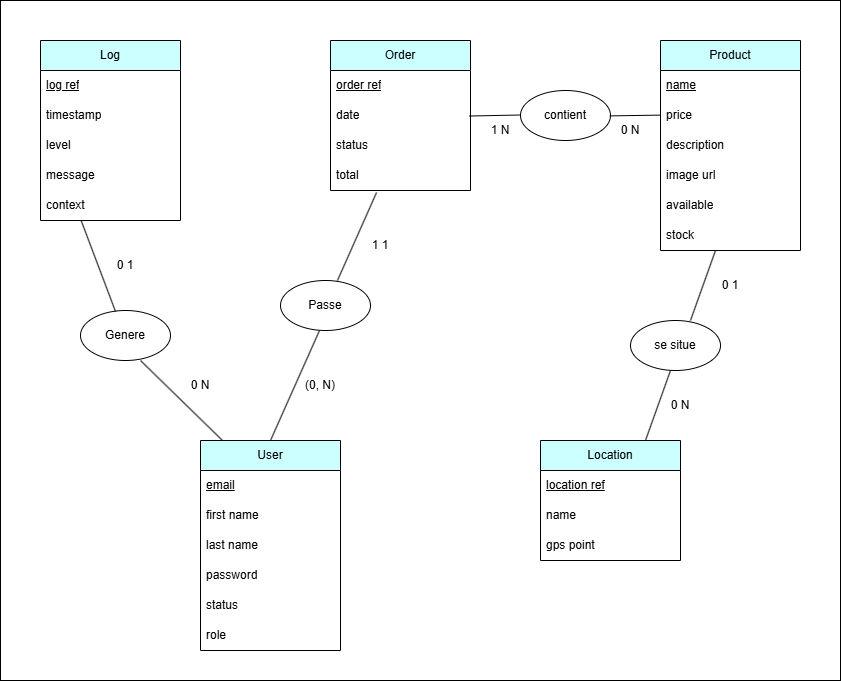
Before: documents/Apothéose/merise/mcd/MCD_GreenRoots.drawio.png, a diagram exported from draw.io (Salyarket/GreenRoots-Conception). Source tidied: cells renumbered, new cells last; positions are measured from the earlier drawing's top-left corner, leaving out a move shared by most shapes.
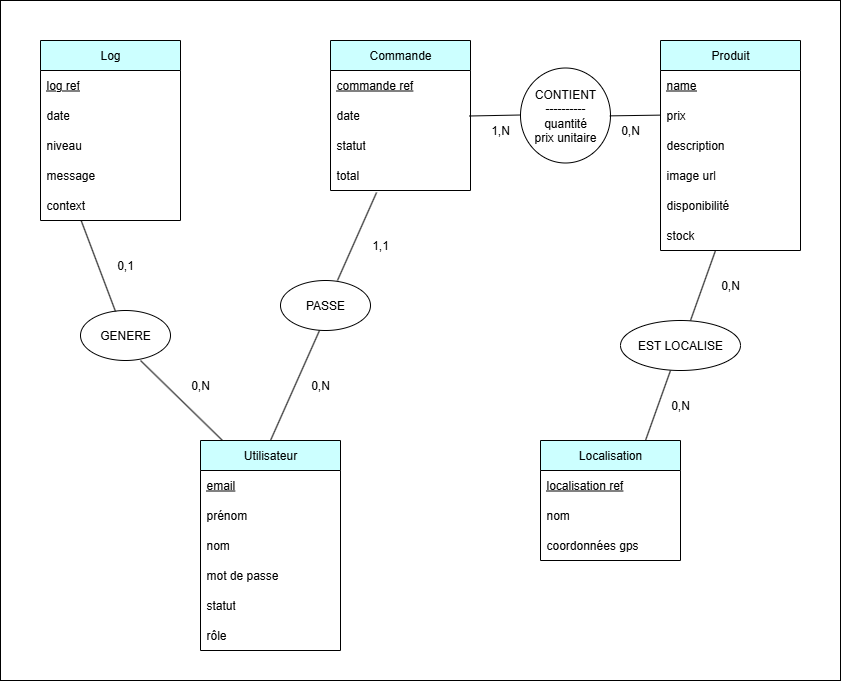
Above is the later version.

What changed in the source:
```diff
@@ -5,34 +5,34 @@
     <mxCell id="2" style="rounded=0;whiteSpace=wrap;html=1;" parent="1" vertex="1">
       <mxGeometry width="840" height="680" as="geometry" />
     </mxCell>
-    <mxCell id="3" value="User" style="swimlane;fontStyle=0;horizontal=1;startSize=30;whiteSpace=wrap;html=1;fillColor=#CCFFFF;" parent="1" vertex="1">
+    <mxCell id="3" value="Utilisateur" style="swimlane;fontStyle=0;horizontal=1;startSize=30;whiteSpace=wrap;html=1;fillColor=#CCFFFF;" parent="1" vertex="1">
       <mxGeometry x="200" y="440" width="140" height="210" as="geometry" />
     </mxCell>
     <mxCell id="4" value="&lt;u&gt;email&lt;/u&gt;" style="text;strokeColor=none;fillColor=none;align=left;verticalAlign=middle;spacingLeft=4;spacingRight=4;overflow=hidden;whiteSpace=wrap;html=1;" parent="3" vertex="1">
       <mxGeometry y="30" width="140" height="30" as="geometry" />
     </mxCell>
-    <mxCell id="5" value="first name" style="text;strokeColor=none;fillColor=none;align=left;verticalAlign=middle;spacingLeft=4;spacingRight=4;overflow=hidden;whiteSpace=wrap;html=1;" parent="3" vertex="1">
+    <mxCell id="5" value="prénom" style="text;strokeColor=none;fillColor=none;align=left;verticalAlign=middle;spacingLeft=4;spacingRight=4;overflow=hidden;whiteSpace=wrap;html=1;" parent="3" vertex="1">
       <mxGeometry y="60" width="140" height="30" as="geometry" />
     </mxCell>
-    <mxCell id="6" value="last name" style="text;strokeColor=none;fillColor=none;align=left;verticalAlign=middle;spacingLeft=4;spacingRight=4;overflow=hidden;whiteSpace=wrap;html=1;" parent="3" vertex="1">
+    <mxCell id="6" value="nom" style="text;strokeColor=none;fillColor=none;align=left;verticalAlign=middle;spacingLeft=4;spacingRight=4;overflow=hidden;whiteSpace=wrap;html=1;" parent="3" vertex="1">
       <mxGeometry y="90" width="140" height="30" as="geometry" />
     </mxCell>
-    <mxCell id="7" value="password" style="text;strokeColor=none;fillColor=none;align=left;verticalAlign=middle;spacingLeft=4;spacingRight=4;overflow=hidden;whiteSpace=wrap;html=1;" parent="3" vertex="1">
+    <mxCell id="7" value="mot de passe" style="text;strokeColor=none;fillColor=none;align=left;verticalAlign=middle;spacingLeft=4;spacingRight=4;overflow=hidden;whiteSpace=wrap;html=1;" parent="3" vertex="1">
       <mxGeometry y="120" width="140" height="30" as="geometry" />
     </mxCell>
-    <mxCell id="8" value="status" style="text;strokeColor=none;fillColor=none;align=left;verticalAlign=middle;spacingLeft=4;spacingRight=4;overflow=hidden;whiteSpace=wrap;html=1;" parent="3" vertex="1">
+    <mxCell id="8" value="statut" style="text;strokeColor=none;fillColor=none;align=left;verticalAlign=middle;spacingLeft=4;spacingRight=4;overflow=hidden;whiteSpace=wrap;html=1;" parent="3" vertex="1">
       <mxGeometry y="150" width="140" height="30" as="geometry" />
     </mxCell>
-    <mxCell id="9" value="role" style="text;strokeColor=none;fillColor=none;align=left;verticalAlign=middle;spacingLeft=4;spacingRight=4;overflow=hidden;whiteSpace=wrap;html=1;" parent="3" vertex="1">
+    <mxCell id="9" value="rôle" style="text;strokeColor=none;fillColor=none;align=left;verticalAlign=middle;spacingLeft=4;spacingRight=4;overflow=hidden;whiteSpace=wrap;html=1;" parent="3" vertex="1">
       <mxGeometry y="180" width="140" height="30" as="geometry" />
     </mxCell>
-    <mxCell id="10" value="Product" style="swimlane;fontStyle=0;horizontal=1;startSize=30;whiteSpace=wrap;html=1;fillColor=#CCFFFF;" parent="1" vertex="1">
+    <mxCell id="10" value="Produit" style="swimlane;fontStyle=0;horizontal=1;startSize=30;whiteSpace=wrap;html=1;fillColor=#CCFFFF;" parent="1" vertex="1">
       <mxGeometry x="660" y="40" width="140" height="210" as="geometry" />
     </mxCell>
     <mxCell id="11" value="&lt;u&gt;name&lt;/u&gt;" style="text;strokeColor=none;fillColor=none;align=left;verticalAlign=middle;spacingLeft=4;spacingRight=4;overflow=hidden;whiteSpace=wrap;html=1;" parent="10" vertex="1">
       <mxGeometry y="30" width="140" height="30" as="geometry" />
     </mxCell>
-    <mxCell id="12" value="price" style="text;strokeColor=none;fillColor=none;align=left;verticalAlign=middle;spacingLeft=4;spacingRight=4;overflow=hidden;whiteSpace=wrap;html=1;" parent="10" vertex="1">
+    <mxCell id="12" value="prix" style="text;strokeColor=none;fillColor=none;align=left;verticalAlign=middle;spacingLeft=4;spacingRight=4;overflow=hidden;whiteSpace=wrap;html=1;" parent="10" vertex="1">
       <mxGeometry y="60" width="140" height="30" as="geometry" />
     </mxCell>
     <mxCell id="13" value="description" style="text;strokeColor=none;fillColor=none;align=left;verticalAlign=middle;spacingLeft=4;spacingRight=4;overflow=hidden;whiteSpace=wrap;html=1;" parent="10" vertex="1">
@@ -41,34 +41,34 @@
     <mxCell id="14" value="image url" style="text;strokeColor=none;fillColor=none;align=left;verticalAlign=middle;spacingLeft=4;spacingRight=4;overflow=hidden;whiteSpace=wrap;html=1;" parent="10" vertex="1">
       <mxGeometry y="120" width="140" height="30" as="geometry" />
     </mxCell>
-    <mxCell id="15" value="available" style="text;strokeColor=none;fillColor=none;align=left;verticalAlign=middle;spacingLeft=4;spacingRight=4;overflow=hidden;whiteSpace=wrap;html=1;" parent="10" vertex="1">
+    <mxCell id="15" value="disponibilité" style="text;strokeColor=none;fillColor=none;align=left;verticalAlign=middle;spacingLeft=4;spacingRight=4;overflow=hidden;whiteSpace=wrap;html=1;" parent="10" vertex="1">
       <mxGeometry y="150" width="140" height="30" as="geometry" />
     </mxCell>
     <mxCell id="16" value="stock" style="text;strokeColor=none;fillColor=none;align=left;verticalAlign=middle;spacingLeft=4;spacingRight=4;overflow=hidden;whiteSpace=wrap;html=1;" parent="10" vertex="1">
       <mxGeometry y="180" width="140" height="30" as="geometry" />
     </mxCell>
-    <mxCell id="17" value="Location" style="swimlane;fontStyle=0;horizontal=1;startSize=30;whiteSpace=wrap;html=1;fillColor=#CCFFFF;" parent="1" vertex="1">
+    <mxCell id="17" value="Localisation" style="swimlane;fontStyle=0;horizontal=1;startSize=30;whiteSpace=wrap;html=1;fillColor=#CCFFFF;" parent="1" vertex="1">
       <mxGeometry x="540" y="440" width="140" height="120" as="geometry" />
     </mxCell>
-    <mxCell id="18" value="&lt;u&gt;location ref&lt;/u&gt;" style="text;strokeColor=none;fillColor=none;align=left;verticalAlign=middle;spacingLeft=4;spacingRight=4;overflow=hidden;whiteSpace=wrap;html=1;" parent="17" vertex="1">
+    <mxCell id="18" value="&lt;u&gt;localisation ref&lt;/u&gt;" style="text;strokeColor=none;fillColor=none;align=left;verticalAlign=middle;spacingLeft=4;spacingRight=4;overflow=hidden;whiteSpace=wrap;html=1;" parent="17" vertex="1">
       <mxGeometry y="30" width="140" height="30" as="geometry" />
     </mxCell>
-    <mxCell id="19" value="name" style="text;strokeColor=none;fillColor=none;align=left;verticalAlign=middle;spacingLeft=4;spacingRight=4;overflow=hidden;whiteSpace=wrap;html=1;" parent="17" vertex="1">
+    <mxCell id="19" value="nom" style="text;strokeColor=none;fillColor=none;align=left;verticalAlign=middle;spacingLeft=4;spacingRight=4;overflow=hidden;whiteSpace=wrap;html=1;" parent="17" vertex="1">
       <mxGeometry y="60" width="140" height="30" as="geometry" />
     </mxCell>
-    <mxCell id="20" value="gps point" style="text;strokeColor=none;fillColor=none;align=left;verticalAlign=middle;spacingLeft=4;spacingRight=4;overflow=hidden;whiteSpace=wrap;html=1;" parent="17" vertex="1">
+    <mxCell id="20" value="coordonnées gps" style="text;strokeColor=none;fillColor=none;align=left;verticalAlign=middle;spacingLeft=4;spacingRight=4;overflow=hidden;whiteSpace=wrap;html=1;" parent="17" vertex="1">
       <mxGeometry y="90" width="140" height="30" as="geometry" />
     </mxCell>
-    <mxCell id="21" value="Order" style="swimlane;fontStyle=0;horizontal=1;startSize=30;whiteSpace=wrap;html=1;fillColor=#CCFFFF;" parent="1" vertex="1">
+    <mxCell id="21" value="Commande" style="swimlane;fontStyle=0;horizontal=1;startSize=30;whiteSpace=wrap;html=1;fillColor=#CCFFFF;" parent="1" vertex="1">
       <mxGeometry x="330" y="40" width="140" height="150" as="geometry" />
     </mxCell>
-    <mxCell id="22" value="&lt;u&gt;order ref&lt;/u&gt;" style="text;strokeColor=none;fillColor=none;align=left;verticalAlign=middle;spacingLeft=4;spacingRight=4;overflow=hidden;whiteSpace=wrap;html=1;" parent="21" vertex="1">
+    <mxCell id="22" value="&lt;u&gt;commande ref&lt;/u&gt;" style="text;strokeColor=none;fillColor=none;align=left;verticalAlign=middle;spacingLeft=4;spacingRight=4;overflow=hidden;whiteSpace=wrap;html=1;" parent="21" vertex="1">
       <mxGeometry y="30" width="140" height="30" as="geometry" />
     </mxCell>
     <mxCell id="23" value="date" style="text;strokeColor=none;fillColor=none;align=left;verticalAlign=middle;spacingLeft=4;spacingRight=4;overflow=hidden;whiteSpace=wrap;html=1;" parent="21" vertex="1">
       <mxGeometry y="60" width="140" height="30" as="geometry" />
     </mxCell>
-    <mxCell id="24" value="status" style="text;strokeColor=none;fillColor=none;align=left;verticalAlign=middle;spacingLeft=4;spacingRight=4;overflow=hidden;whiteSpace=wrap;html=1;" parent="21" vertex="1">
+    <mxCell id="24" value="statut" style="text;strokeColor=none;fillColor=none;align=left;verticalAlign=middle;spacingLeft=4;spacingRight=4;overflow=hidden;whiteSpace=wrap;html=1;" parent="21" vertex="1">
       <mxGeometry y="90" width="140" height="30" as="geometry" />
     </mxCell>
     <mxCell id="25" value="total" style="text;strokeColor=none;fillColor=none;align=left;verticalAlign=middle;spacingLeft=4;spacingRight=4;overflow=hidden;points=[[0,0.5],[1,0.5]];portConstraint=eastwest;whiteSpace=wrap;html=1;" parent="21" vertex="1">
@@ -80,10 +80,10 @@
     <mxCell id="27" value="&lt;u&gt;log ref&lt;/u&gt;" style="text;strokeColor=none;fillColor=none;align=left;verticalAlign=middle;spacingLeft=4;spacingRight=4;overflow=hidden;whiteSpace=wrap;html=1;" parent="26" vertex="1">
       <mxGeometry y="30" width="140" height="30" as="geometry" />
     </mxCell>
-    <mxCell id="28" value="timestamp" style="text;strokeColor=none;fillColor=none;align=left;verticalAlign=middle;spacingLeft=4;spacingRight=4;overflow=hidden;whiteSpace=wrap;html=1;" parent="26" vertex="1">
+    <mxCell id="28" value="date" style="text;strokeColor=none;fillColor=none;align=left;verticalAlign=middle;spacingLeft=4;spacingRight=4;overflow=hidden;whiteSpace=wrap;html=1;" parent="26" vertex="1">
       <mxGeometry y="60" width="140" height="30" as="geometry" />
     </mxCell>
-    <mxCell id="29" value="level" style="text;strokeColor=none;fillColor=none;align=left;verticalAlign=middle;spacingLeft=4;spacingRight=4;overflow=hidden;whiteSpace=wrap;html=1;" parent="26" vertex="1">
+    <mxCell id="29" value="niveau" style="text;strokeColor=none;fillColor=none;align=left;verticalAlign=middle;spacingLeft=4;spacingRight=4;overflow=hidden;whiteSpace=wrap;html=1;" parent="26" vertex="1">
       <mxGeometry y="90" width="140" height="30" as="geometry" />
     </mxCell>
     <mxCell id="30" value="message" style="text;strokeColor=none;fillColor=none;align=left;verticalAlign=middle;spacingLeft=4;spacingRight=4;overflow=hidden;whiteSpace=wrap;html=1;" parent="26" vertex="1">
@@ -92,13 +92,13 @@
     <mxCell id="31" value="context" style="text;strokeColor=none;fillColor=none;align=left;verticalAlign=middle;spacingLeft=4;spacingRight=4;overflow=hidden;points=[[0,0.5],[1,0.5]];portConstraint=eastwest;whiteSpace=wrap;html=1;" parent="26" vertex="1">
       <mxGeometry y="150" width="140" height="30" as="geometry" />
     </mxCell>
-    <mxCell id="32" value="contient" style="ellipse;whiteSpace=wrap;html=1;" parent="1" vertex="1">
-      <mxGeometry x="520" y="90" width="90" height="50" as="geometry" />
+    <mxCell id="32" value="CONTIENT&lt;br&gt;----------&lt;br&gt;quantité&lt;br&gt;prix unitaire" style="ellipse;whiteSpace=wrap;html=1;" parent="1" vertex="1">
+      <mxGeometry x="520" y="67.5" width="90" height="95" as="geometry" />
     </mxCell>
-    <mxCell id="33" value="se situe" style="ellipse;whiteSpace=wrap;html=1;" parent="1" vertex="1">
-      <mxGeometry x="630" y="320" width="90" height="50" as="geometry" />
+    <mxCell id="33" value="EST LOCALISE" style="ellipse;whiteSpace=wrap;html=1;" parent="1" vertex="1">
+      <mxGeometry x="620" y="320" width="120" height="50" as="geometry" />
     </mxCell>
-    <mxCell id="34" value="Passe" style="ellipse;whiteSpace=wrap;html=1;" parent="1" vertex="1">
+    <mxCell id="34" value="PASSE" style="ellipse;whiteSpace=wrap;html=1;" parent="1" vertex="1">
       <mxGeometry x="280" y="280" width="90" height="50" as="geometry" />
     </mxCell>
     <mxCell id="35" style="endArrow=none;html=1;rounded=0;entryX=0.329;entryY=1.067;entryDx=0;entryDy=0;entryPerimeter=0;exitX=0.633;exitY=0;exitDx=0;exitDy=0;exitPerimeter=0;" parent="1" edge="1" source="34" target="25">
@@ -132,7 +132,7 @@
         <mxPoint x="520" y="114.5" as="targetPoint" />
       </mxGeometry>
     </mxCell>
-    <mxCell id="41" value="Genere" style="ellipse;whiteSpace=wrap;html=1;" parent="1" vertex="1">
+    <mxCell id="41" value="GENERE" style="ellipse;whiteSpace=wrap;html=1;" parent="1" vertex="1">
       <mxGeometry x="80" y="310" width="90" height="50" as="geometry" />
     </mxCell>
     <mxCell id="42" style="endArrow=none;html=1;rounded=0;exitX=0.157;exitY=0;exitDx=0;exitDy=0;exitPerimeter=0;" parent="1" edge="1" source="3">
@@ -145,28 +145,28 @@
         <mxPoint x="115" y="311" as="sourcePoint" />
       </mxGeometry>
     </mxCell>
-    <mxCell id="44" value="(0, N)" style="text;html=1;align=center;verticalAlign=middle;whiteSpace=wrap;rounded=0;" parent="1" vertex="1">
+    <mxCell id="44" value="0,N" style="text;html=1;align=center;verticalAlign=middle;whiteSpace=wrap;rounded=0;" parent="1" vertex="1">
       <mxGeometry x="290" y="370" width="60" height="30" as="geometry" />
     </mxCell>
-    <mxCell id="45" value="1 1" style="text;html=1;align=center;verticalAlign=middle;whiteSpace=wrap;rounded=0;" parent="1" vertex="1">
+    <mxCell id="45" value="1,1" style="text;html=1;align=center;verticalAlign=middle;whiteSpace=wrap;rounded=0;" parent="1" vertex="1">
       <mxGeometry x="350" y="230" width="60" height="30" as="geometry" />
     </mxCell>
-    <mxCell id="46" value="0 1" style="text;html=1;align=center;verticalAlign=middle;whiteSpace=wrap;rounded=0;" parent="1" vertex="1">
+    <mxCell id="46" value="0,N" style="text;html=1;align=center;verticalAlign=middle;whiteSpace=wrap;rounded=0;" parent="1" vertex="1">
       <mxGeometry x="700" y="270" width="60" height="30" as="geometry" />
     </mxCell>
-    <mxCell id="47" value="0 N" style="text;html=1;align=center;verticalAlign=middle;whiteSpace=wrap;rounded=0;" parent="1" vertex="1">
+    <mxCell id="47" value="0,N" style="text;html=1;align=center;verticalAlign=middle;whiteSpace=wrap;rounded=0;" parent="1" vertex="1">
       <mxGeometry x="650" y="390" width="60" height="30" as="geometry" />
     </mxCell>
-    <mxCell id="48" value="0 N" style="text;html=1;align=center;verticalAlign=middle;whiteSpace=wrap;rounded=0;" parent="1" vertex="1">
+    <mxCell id="48" value="0,N" style="text;html=1;align=center;verticalAlign=middle;whiteSpace=wrap;rounded=0;" parent="1" vertex="1">
       <mxGeometry x="170" y="370" width="60" height="30" as="geometry" />
     </mxCell>
-    <mxCell id="49" value="0 1" style="text;html=1;align=center;verticalAlign=middle;whiteSpace=wrap;rounded=0;" parent="1" vertex="1">
+    <mxCell id="49" value="0,1" style="text;html=1;align=center;verticalAlign=middle;whiteSpace=wrap;rounded=0;" parent="1" vertex="1">
       <mxGeometry x="95" y="250" width="60" height="30" as="geometry" />
     </mxCell>
-    <mxCell id="50" value="0 N" style="text;html=1;align=center;verticalAlign=middle;whiteSpace=wrap;rounded=0;" parent="1" vertex="1">
+    <mxCell id="50" value="0,N" style="text;html=1;align=center;verticalAlign=middle;whiteSpace=wrap;rounded=0;" parent="1" vertex="1">
       <mxGeometry x="600" y="115" width="60" height="30" as="geometry" />
     </mxCell>
-    <mxCell id="51" value="1 N" style="text;html=1;align=center;verticalAlign=middle;whiteSpace=wrap;rounded=0;" parent="1" vertex="1">
+    <mxCell id="51" value="1,N" style="text;html=1;align=center;verticalAlign=middle;whiteSpace=wrap;rounded=0;" parent="1" vertex="1">
       <mxGeometry x="470" y="115" width="60" height="30" as="geometry" />
     </mxCell>
   </root>
```
